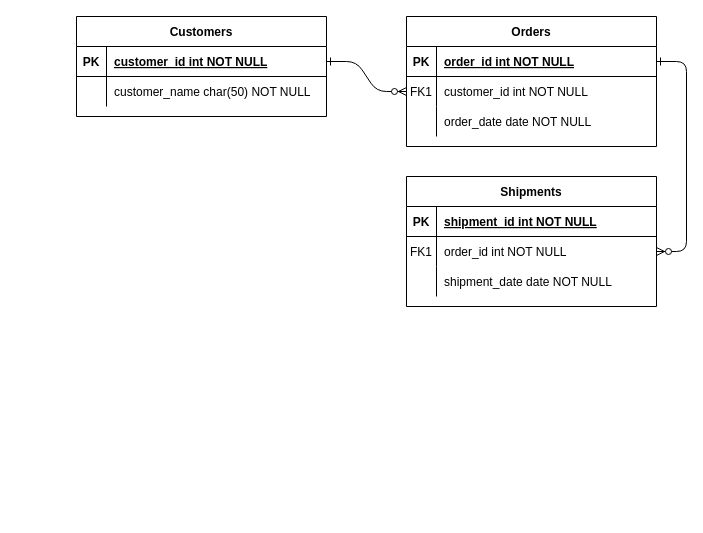
Before: LW_1.drawio in n1kutochkin/RDBMS, a draw.io diagram. Source tidied: cells renumbered, new cells numbered last; positions are measured from the earlier drawing's top-left corner, leaving out a move shared by most shapes. Both pictures are drawn from the tidied source at 100%, with x=0, y=0 at pixel (76, 16).
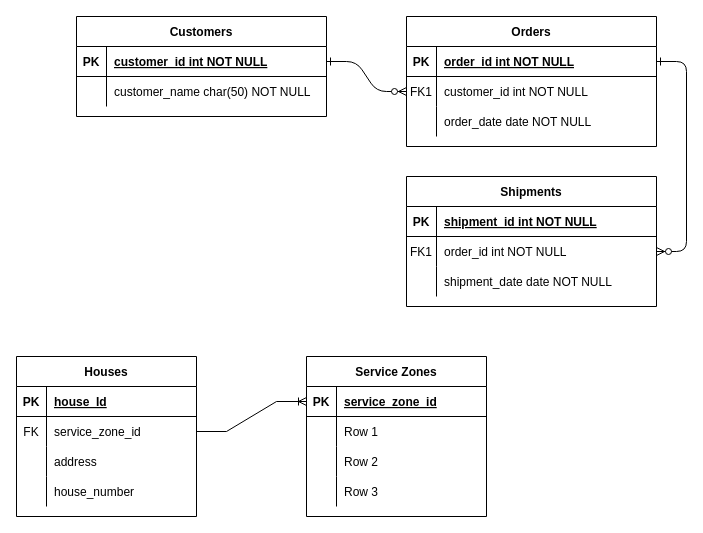
After the change.

Diff of the diagram source:
```diff
@@
+    <mxCell id="31" value="Houses" style="shape=table;startSize=30;childLayout=tableLayout;rowLines=0;fontStyle=1;align=center;" parent="1" vertex="1">
+      <mxGeometry x="-60" y="340" width="180" height="160" as="geometry" />
+    </mxCell>
+    <mxCell id="32" style="shape=tableRow;horizontal=0;startSize=0;swimlaneHead=0;swimlaneBody=0;fillColor=none;top=0;left=0;right=0;bottom=1;" parent="31" vertex="1">
+      <mxGeometry y="30" width="180" height="30" as="geometry" />
+    </mxCell>
+    <mxCell id="33" value="PK" style="shape=partialRectangle;fillColor=none;top=0;left=0;bottom=0;right=0;fontStyle=1;overflow=hidden;" parent="32" vertex="1">
+      <mxGeometry width="30" height="30" as="geometry" />
+    </mxCell>
+    <mxCell id="34" value="house_Id" style="shape=partialRectangle;fillColor=none;top=0;left=0;bottom=0;right=0;align=left;spacingLeft=6;fontStyle=5;overflow=hidden;" parent="32" vertex="1">
+      <mxGeometry x="30" width="150" height="30" as="geometry" />
+    </mxCell>
+    <mxCell id="35" style="shape=tableRow;horizontal=0;startSize=0;swimlaneHead=0;swimlaneBody=0;fillColor=none;points=[[0,0.5],[1,0.5]];portConstraint=eastwest;top=0;left=0;right=0;bottom=0;" parent="31" vertex="1">
+      <mxGeometry y="60" width="180" height="30" as="geometry" />
+    </mxCell>
+    <mxCell id="36" value="FK" style="shape=partialRectangle;fillColor=none;top=0;left=0;bottom=0;right=0;overflow=hidden;" parent="35" vertex="1">
+      <mxGeometry width="30" height="30" as="geometry" />
+    </mxCell>
+    <mxCell id="37" value="service_zone_id" style="shape=partialRectangle;fillColor=none;top=0;left=0;bottom=0;right=0;align=left;spacingLeft=6;overflow=hidden;" parent="35" vertex="1">
+      <mxGeometry x="30" width="150" height="30" as="geometry" />
+    </mxCell>
+    <mxCell id="38" style="shape=tableRow;horizontal=0;startSize=0;swimlaneHead=0;swimlaneBody=0;fillColor=none;top=0;left=0;right=0;bottom=0;" parent="31" vertex="1">
+      <mxGeometry y="90" width="180" height="30" as="geometry" />
+    </mxCell>
+    <mxCell id="39" style="shape=partialRectangle;fillColor=none;top=0;left=0;bottom=0;right=0;overflow=hidden;" parent="38" vertex="1">
+      <mxGeometry width="30" height="30" as="geometry" />
+    </mxCell>
+    <mxCell id="40" value="address" style="shape=partialRectangle;fillColor=none;top=0;left=0;bottom=0;right=0;align=left;spacingLeft=6;overflow=hidden;" parent="38" vertex="1">
+      <mxGeometry x="30" width="150" height="30" as="geometry" />
+    </mxCell>
+    <mxCell id="41" style="shape=tableRow;horizontal=0;startSize=0;swimlaneHead=0;swimlaneBody=0;fillColor=none;top=0;left=0;right=0;bottom=0;" parent="31" vertex="1">
+      <mxGeometry y="120" width="180" height="30" as="geometry" />
+    </mxCell>
+    <mxCell id="42" style="shape=partialRectangle;fillColor=none;top=0;left=0;bottom=0;right=0;overflow=hidden;" parent="41" vertex="1">
+      <mxGeometry width="30" height="30" as="geometry" />
+    </mxCell>
+    <mxCell id="43" value="house_number" style="shape=partialRectangle;fillColor=none;top=0;left=0;bottom=0;right=0;align=left;spacingLeft=6;overflow=hidden;" parent="41" vertex="1">
+      <mxGeometry x="30" width="150" height="30" as="geometry" />
+    </mxCell>
+    <mxCell id="44" value="Service Zones" style="shape=table;startSize=30;childLayout=tableLayout;rowLines=0;fontStyle=1;align=center;" parent="1" vertex="1">
+      <mxGeometry x="230" y="340" width="180" height="160" as="geometry" />
+    </mxCell>
+    <mxCell id="45" style="shape=tableRow;horizontal=0;startSize=0;swimlaneHead=0;swimlaneBody=0;fillColor=none;points=[[0,0.5],[1,0.5]];portConstraint=eastwest;top=0;left=0;right=0;bottom=1;" parent="44" vertex="1">
+      <mxGeometry y="30" width="180" height="30" as="geometry" />
+    </mxCell>
+    <mxCell id="46" value="PK" style="shape=partialRectangle;fillColor=none;top=0;left=0;bottom=0;right=0;fontStyle=1;overflow=hidden;" parent="45" vertex="1">
+      <mxGeometry width="30" height="30" as="geometry" />
+    </mxCell>
+    <mxCell id="47" value="service_zone_id" style="shape=partialRectangle;fillColor=none;top=0;left=0;bottom=0;right=0;align=left;spacingLeft=6;fontStyle=5;overflow=hidden;" parent="45" vertex="1">
+      <mxGeometry x="30" width="150" height="30" as="geometry" />
+    </mxCell>
+    <mxCell id="48" style="shape=tableRow;horizontal=0;startSize=0;swimlaneHead=0;swimlaneBody=0;fillColor=none;top=0;left=0;right=0;bottom=0;" parent="44" vertex="1">
+      <mxGeometry y="60" width="180" height="30" as="geometry" />
+    </mxCell>
+    <mxCell id="49" style="shape=partialRectangle;fillColor=none;top=0;left=0;bottom=0;right=0;overflow=hidden;" parent="48" vertex="1">
+      <mxGeometry width="30" height="30" as="geometry" />
+    </mxCell>
+    <mxCell id="50" value="Row 1" style="shape=partialRectangle;fillColor=none;top=0;left=0;bottom=0;right=0;align=left;spacingLeft=6;overflow=hidden;" parent="48" vertex="1">
+      <mxGeometry x="30" width="150" height="30" as="geometry" />
+    </mxCell>
+    <mxCell id="51" style="shape=tableRow;horizontal=0;startSize=0;swimlaneHead=0;swimlaneBody=0;fillColor=none;top=0;left=0;right=0;bottom=0;" parent="44" vertex="1">
+      <mxGeometry y="90" width="180" height="30" as="geometry" />
+    </mxCell>
+    <mxCell id="52" style="shape=partialRectangle;fillColor=none;top=0;left=0;bottom=0;right=0;overflow=hidden;" parent="51" vertex="1">
+      <mxGeometry width="30" height="30" as="geometry" />
+    </mxCell>
+    <mxCell id="53" value="Row 2" style="shape=partialRectangle;fillColor=none;top=0;left=0;bottom=0;right=0;align=left;spacingLeft=6;overflow=hidden;" parent="51" vertex="1">
+      <mxGeometry x="30" width="150" height="30" as="geometry" />
+    </mxCell>
+    <mxCell id="54" style="shape=tableRow;horizontal=0;startSize=0;swimlaneHead=0;swimlaneBody=0;fillColor=none;top=0;left=0;right=0;bottom=0;" parent="44" vertex="1">
+      <mxGeometry y="120" width="180" height="30" as="geometry" />
+    </mxCell>
+    <mxCell id="55" style="shape=partialRectangle;fillColor=none;top=0;left=0;bottom=0;right=0;overflow=hidden;" parent="54" vertex="1">
+      <mxGeometry width="30" height="30" as="geometry" />
+    </mxCell>
+    <mxCell id="56" value="Row 3" style="shape=partialRectangle;fillColor=none;top=0;left=0;bottom=0;right=0;align=left;spacingLeft=6;overflow=hidden;" parent="54" vertex="1">
+      <mxGeometry x="30" width="150" height="30" as="geometry" />
+    </mxCell>
+    <mxCell id="57" style="edgeStyle=entityRelationEdgeStyle;fontSize=12;html=1;endArrow=ERoneToMany;rounded=0;exitX=1;exitY=0.5;exitDx=0;exitDy=0;entryX=0;entryY=0.5;entryDx=0;entryDy=0;" parent="1" edge="1" source="35" target="45">
+      <mxGeometry relative="1" as="geometry" />
+    </mxCell>
```
